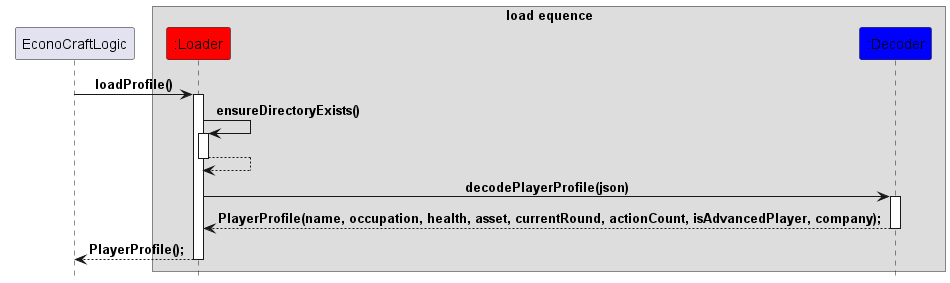
StargazerX0/tp keeps this PlantUML diagram as docs/UML diagram/Load.png. Above is the earlier version.
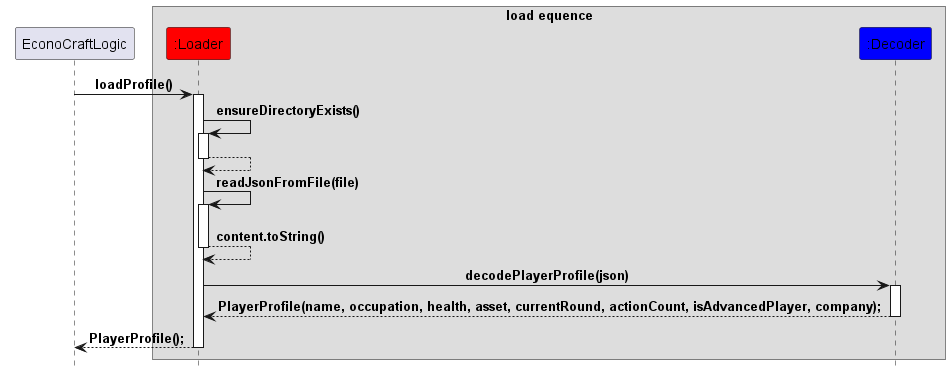
After the commit.

What changed in the source:
```diff
@@ -14,6 +14,10 @@
 activate loader
 return
 
+loader -> loader : readJsonFromFile(file)
+activate loader
+return content.toString()
+
 loader -> decoder : decodePlayerProfile(json)
 activate decoder
 return PlayerProfile(name, occupation, health, asset, currentRound, actionCount, isAdvancedPlayer, company);
```
